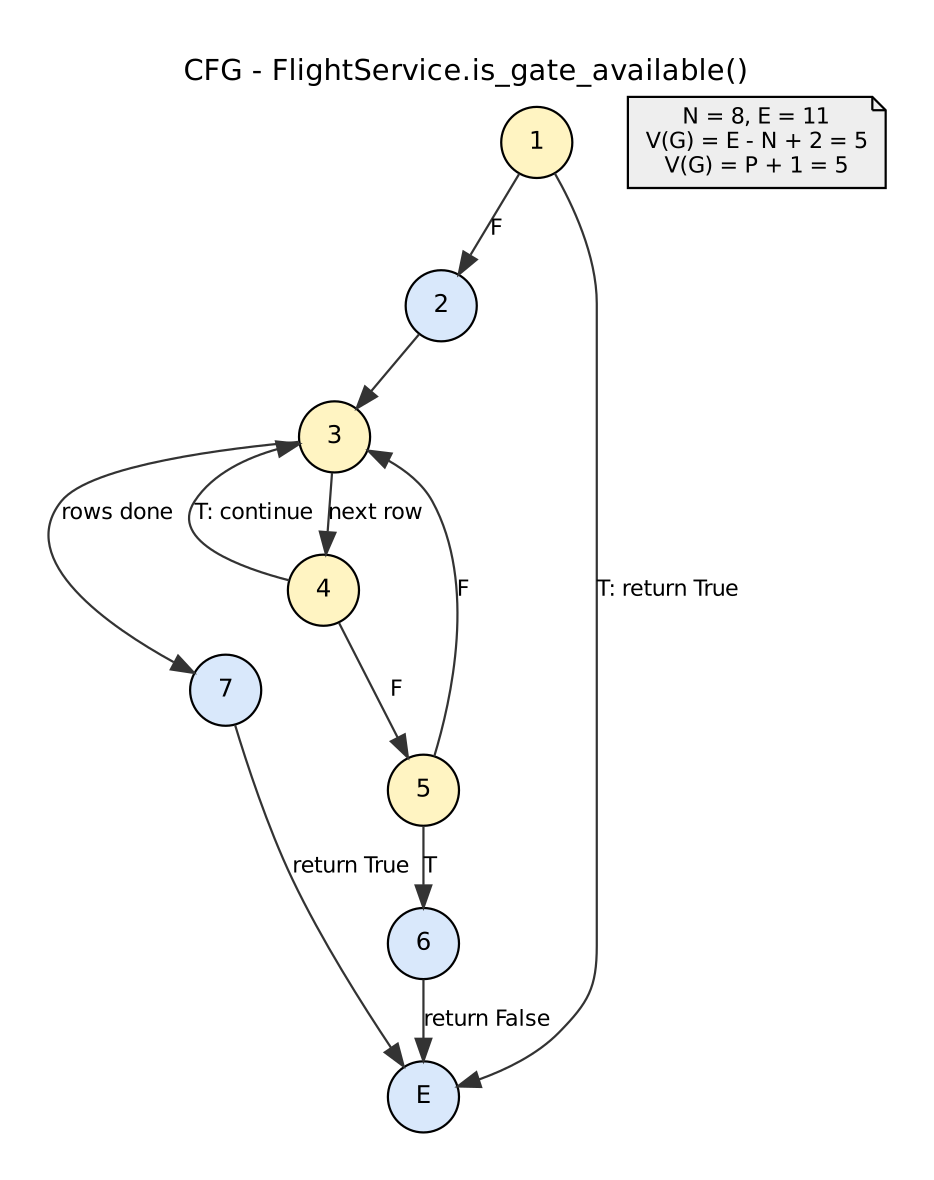
This is docs/diagrams/cfg_gate.png from praksingh-2702/AirportMS, a Graphviz export, as it was before one commit. Its source is kept beside it as docs/diagrams/cfg_gate.dot. Its diagram source:
```dot
digraph "cfg_gate" {
  graph [fontname="DejaVu Sans" pad=0.3 rankdir=TB nodesep=0.35 ranksep=0.35];
  node [fontname="DejaVu Sans" fontsize=12];
  edge [fontname="DejaVu Sans" fontsize=10 color="#333333"];
  labelloc=t label="CFG - FlightService.is_gate_available()" fontsize=13;
  node [shape=circle style=filled fillcolor="#D9E8FB" width=0.45 fixedsize=true fontsize=11];
  "1" [fillcolor="#FFF4C2"];
  "2";
  "3" [fillcolor="#FFF4C2"];
  "4" [fillcolor="#FFF4C2"];
  "5" [fillcolor="#FFF4C2"];
  "6";
  "7";
  "E";
  "1" -> "E" [label="T: return True"];
  "1" -> "2" [label="F"];
  "2" -> "3" [label=""];
  "3" -> "4" [label="next row"];
  "3" -> "7" [label="rows done"];
  "4" -> "3" [label="T: continue"];
  "4" -> "5" [label="F"];
  "5" -> "6" [label="T"];
  "5" -> "3" [label="F"];
  "6" -> "E" [label="return False"];
  "7" -> "E" [label="return True"];
  info [shape=note fixedsize=false fillcolor="#EEEEEE" fontsize=10 label="N = 8, E = 11\nV(G) = E - N + 2 = 5\nV(G) = P + 1 = 5"];
}
```
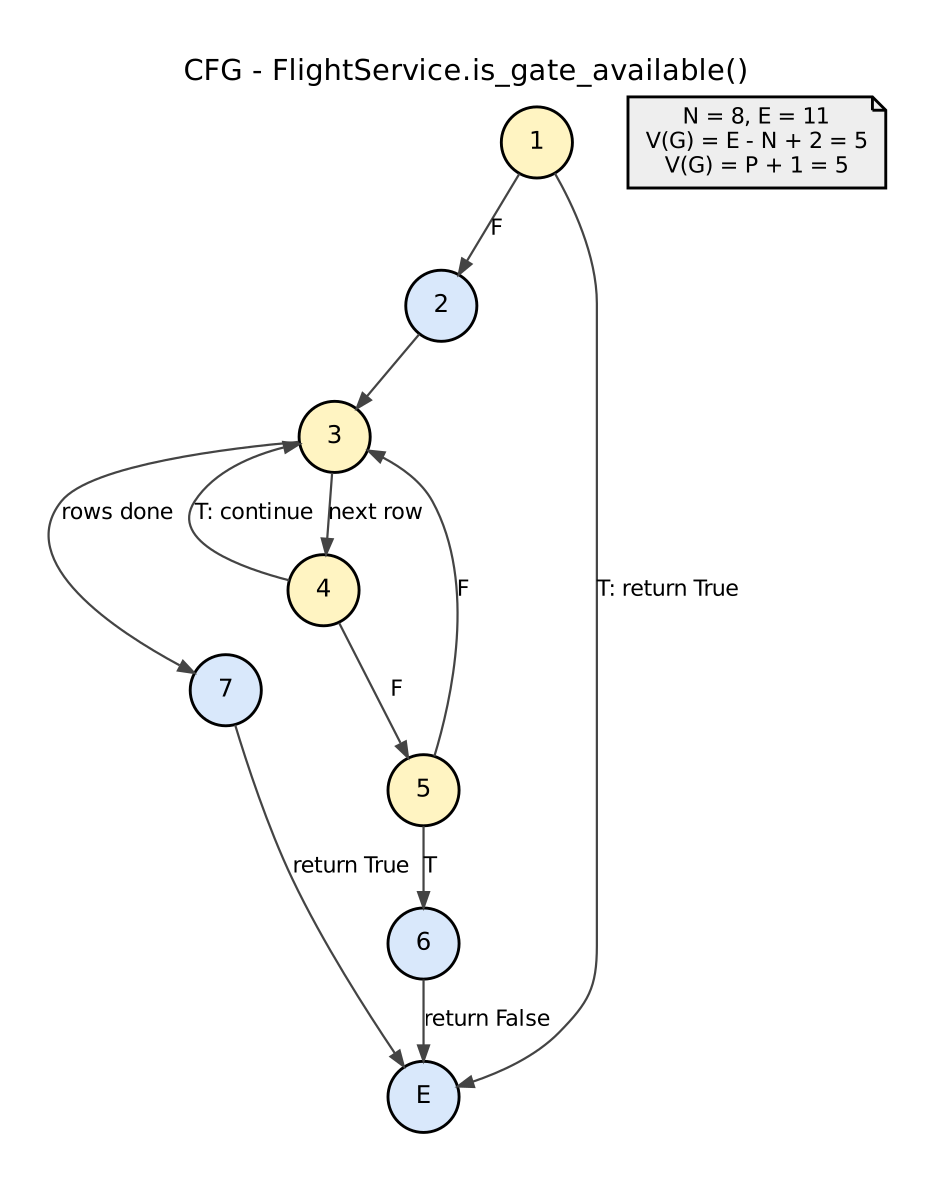
After the commit.

Change to the diagram source:
```diff
@@ -1,9 +1,9 @@
 digraph "cfg_gate" {
-  graph [fontname="DejaVu Sans" pad=0.3 rankdir=TB nodesep=0.35 ranksep=0.35];
-  node [fontname="DejaVu Sans" fontsize=12];
-  edge [fontname="DejaVu Sans" fontsize=10 color="#333333"];
+  graph [rankdir=TB bgcolor="#FFFFFF" fontname="DejaVu Sans" pad=0.3 splines=true nodesep=0.35 ranksep=0.35];
+  node [fontname="DejaVu Sans" fontsize=12 color="#000000" fillcolor="#D9E8FB" style=filled penwidth=1.3];
+  edge [fontname="DejaVu Sans" fontsize=10 color="#444444" arrowsize=0.7];
   labelloc=t label="CFG - FlightService.is_gate_available()" fontsize=13;
-  node [shape=circle style=filled fillcolor="#D9E8FB" width=0.45 fixedsize=true fontsize=11];
+  node [shape=circle width=0.45 fixedsize=true fontsize=11];
   "1" [fillcolor="#FFF4C2"];
   "2";
   "3" [fillcolor="#FFF4C2"];
@@ -14,7 +14,7 @@
   "E";
   "1" -> "E" [label="T: return True"];
   "1" -> "2" [label="F"];
-  "2" -> "3" [label=""];
+  "2" -> "3";
   "3" -> "4" [label="next row"];
   "3" -> "7" [label="rows done"];
   "4" -> "3" [label="T: continue"];
```
